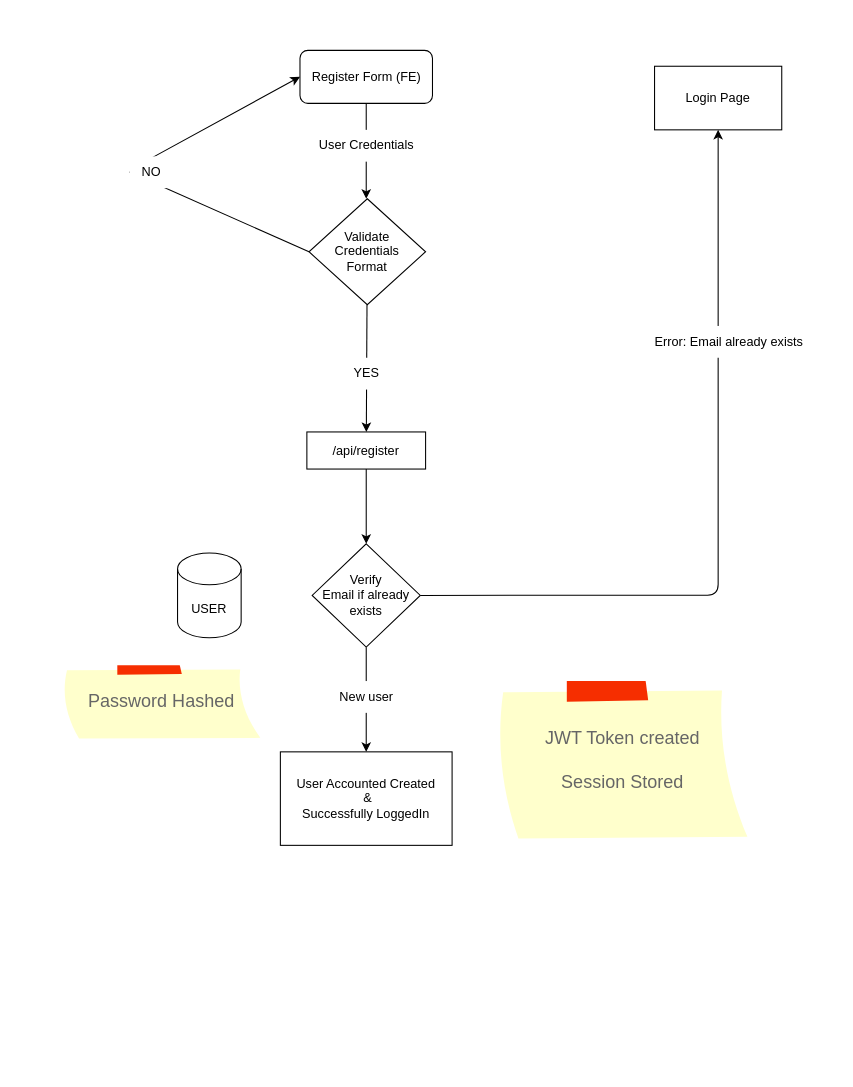
Command-Compass/Development-Documentation keeps this draw.io diagram as design/flow-diagrams/register-page-backend.drawio. Above is the earlier version. Source tidied: cells renumbered, new cells numbered last; positions are measured from the earlier drawing's top-left corner, leaving out a move shared by most shapes. Both pictures are drawn from the tidied source at 106%, with x=0, y=0 at pixel (60, 50).
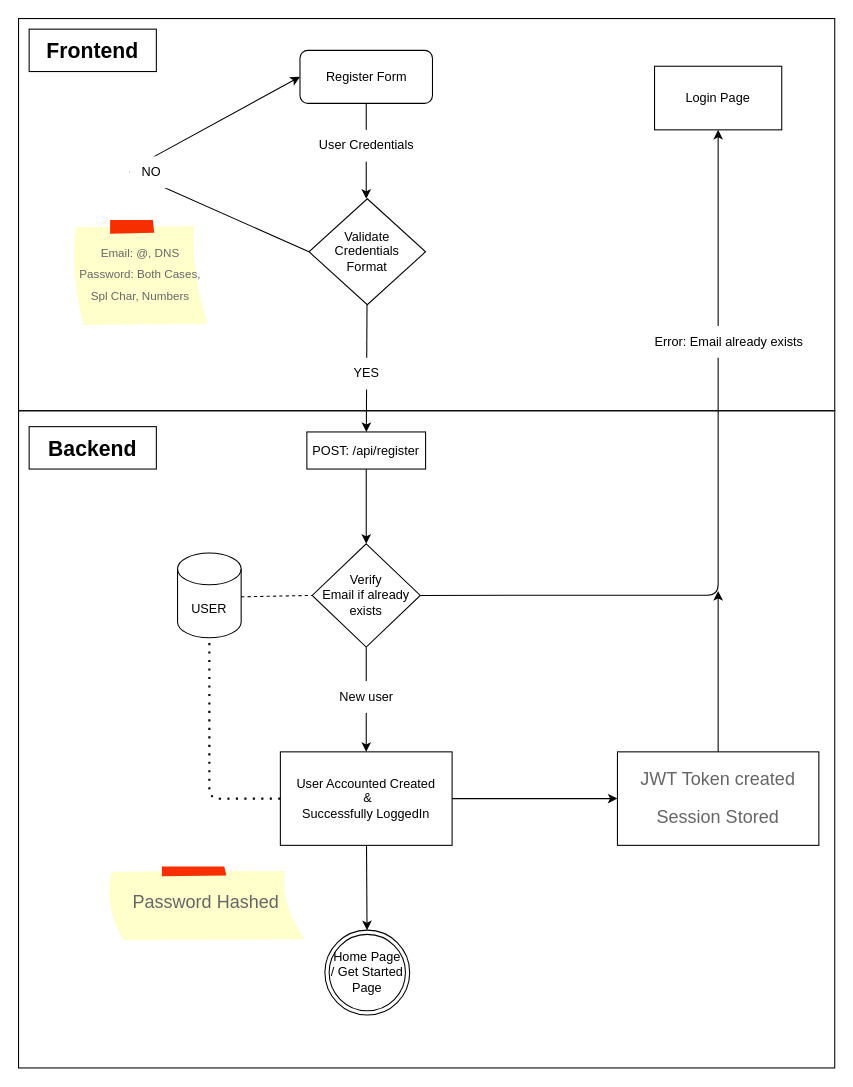
The same page after the edit.

Commit message (it also covers changes not shown here):
Updated backend designs

Unchanged cells that the change refers to:
```xml
<mxCell id="15" value="Verify&lt;br&gt;Email if already exists" style="rhombus;whiteSpace=wrap;html=1;" parent="1" vertex="1">
  <mxGeometry x="237" y="465.5" width="102" height="97.5" as="geometry" />
</mxCell>
<mxCell id="16" value="USER" style="shape=cylinder3;whiteSpace=wrap;html=1;boundedLbl=1;backgroundOutline=1;size=15;fontSize=12;fillColor=default;" parent="1" vertex="1">
  <mxGeometry x="110" y="474.2" width="60" height="80" as="geometry" />
</mxCell>
<mxCell id="18" value="User Accounted Created&lt;br&gt;&amp;nbsp;&amp;amp; &lt;br&gt;Successfully LoggedIn" style="whiteSpace=wrap;html=1;" parent="1" vertex="1">
  <mxGeometry x="207" y="661.8" width="162" height="88.2" as="geometry" />
</mxCell>
```

Change to the diagram source:
```diff
@@
+    <mxCell id="23" style="rounded=0;whiteSpace=wrap;html=1;fillColor=none;" parent="1" vertex="1">
+      <mxGeometry x="-40" y="340" width="770" height="620" as="geometry" />
+    </mxCell>
+    <mxCell id="24" style="rounded=0;whiteSpace=wrap;html=1;fillColor=none;" parent="1" vertex="1">
+      <mxGeometry x="-40" y="-30" width="770" height="370" as="geometry" />
+    </mxCell>
@@
-    <mxCell id="3" value="&lt;font style=&quot;font-size: 12px;&quot;&gt;Register Form (FE)&lt;/font&gt;" style="rounded=1;whiteSpace=wrap;html=1;" parent="1" vertex="1">
+    <mxCell id="3" value="&lt;font style=&quot;font-size: 12px;&quot;&gt;Register Form&lt;/font&gt;" style="rounded=1;whiteSpace=wrap;html=1;" parent="1" vertex="1">
       <mxGeometry x="225.5" width="125" height="50" as="geometry" />
     </mxCell>
@@
-    <mxCell id="11" value="/api/register" style="whiteSpace=wrap;html=1;" parent="1" vertex="1">
+    <mxCell id="11" value="POST: /api/register" style="whiteSpace=wrap;html=1;" parent="1" vertex="1">
       <mxGeometry x="232" y="360" width="112" height="35" as="geometry" />
     </mxCell>
@@
+    <mxCell id="25" style="edgeStyle=none;html=1;entryX=0;entryY=0.5;entryDx=0;entryDy=0;" parent="1" edge="1" source="18" target="20">
+      <mxGeometry relative="1" as="geometry" />
+    </mxCell>
+    <mxCell id="26" style="edgeStyle=none;html=1;" parent="1" edge="1" source="18" target="33">
+      <mxGeometry relative="1" as="geometry" />
+    </mxCell>
@@
-    <mxCell id="20" value="JWT Token created&lt;br&gt;&lt;br&gt;Session Stored" style="strokeWidth=1;shadow=0;dashed=0;align=center;html=1;shape=mxgraph.mockup.text.stickyNote2;fontColor=#666666;mainText=;fontSize=17;whiteSpace=wrap;fillColor=#ffffcc;strokeColor=#F62E00;" parent="1" vertex="1">
-      <mxGeometry x="410" y="595" width="240" height="150" as="geometry" />
-    </mxCell>
@@
     <mxCell id="22" value="Password Hashed" style="strokeWidth=1;shadow=0;dashed=0;align=center;html=1;shape=mxgraph.mockup.text.stickyNote2;fontColor=#666666;mainText=;fontSize=17;whiteSpace=wrap;fillColor=#ffffcc;strokeColor=#F62E00;" parent="1" vertex="1">
-      <mxGeometry y="580" width="190" height="70" as="geometry" />
+      <mxGeometry x="42" y="770" width="190" height="70" as="geometry" />
     </mxCell>
+    <mxCell id="27" style="endArrow=none;dashed=1;html=1;entryX=0;entryY=0.5;entryDx=0;entryDy=0;" parent="1" edge="1" target="15">
+      <mxGeometry relative="1" as="geometry">
+        <mxPoint x="170" y="515.5" as="sourcePoint" />
+      </mxGeometry>
+    </mxCell>
+    <mxCell id="28" style="edgeStyle=none;html=1;" parent="1" edge="1" source="20">
+      <mxGeometry relative="1" as="geometry">
+        <mxPoint x="620" y="510" as="targetPoint" />
+      </mxGeometry>
+    </mxCell>
+    <mxCell id="20" value="&lt;span style=&quot;color: rgb(102, 102, 102); font-size: 17px;&quot;&gt;JWT Token created&lt;/span&gt;&lt;br style=&quot;border-color: var(--border-color); color: rgb(102, 102, 102); font-size: 17px;&quot;&gt;&lt;br style=&quot;border-color: var(--border-color); color: rgb(102, 102, 102); font-size: 17px;&quot;&gt;&lt;span style=&quot;color: rgb(102, 102, 102); font-size: 17px;&quot;&gt;Session Stored&lt;/span&gt;" style="rounded=0;whiteSpace=wrap;html=1;" parent="1" vertex="1">
+      <mxGeometry x="525" y="661.8" width="190" height="88.2" as="geometry" />
+    </mxCell>
+    <mxCell id="29" style="endArrow=none;dashed=1;html=1;dashPattern=1 3;strokeWidth=2;entryX=0.5;entryY=1;entryDx=0;entryDy=0;entryPerimeter=0;exitX=0;exitY=0.5;exitDx=0;exitDy=0;" parent="1" edge="1" source="18" target="16">
+      <mxGeometry relative="1" as="geometry">
+        <Array as="points">
+          <mxPoint x="140" y="706" />
+        </Array>
+      </mxGeometry>
+    </mxCell>
+    <mxCell id="30" value="&lt;font style=&quot;font-size: 20px;&quot;&gt;&lt;b&gt;Frontend&lt;/b&gt;&lt;/font&gt;" style="rounded=0;whiteSpace=wrap;html=1;fillColor=none;" parent="1" vertex="1">
+      <mxGeometry x="-30" y="-20" width="120" height="40" as="geometry" />
+    </mxCell>
+    <mxCell id="31" value="&lt;span style=&quot;font-size: 20px;&quot;&gt;&lt;b&gt;Backend&lt;/b&gt;&lt;/span&gt;" style="rounded=0;whiteSpace=wrap;html=1;fillColor=none;" parent="1" vertex="1">
+      <mxGeometry x="-30" y="355" width="120" height="40" as="geometry" />
+    </mxCell>
+    <mxCell id="32" value="&lt;font style=&quot;font-size: 11px;&quot;&gt;Email: @, DNS&lt;br&gt;Password: Both Cases, Spl Char, Numbers&lt;/font&gt;" style="strokeWidth=1;shadow=0;dashed=0;align=center;html=1;shape=mxgraph.mockup.text.stickyNote2;fontColor=#666666;mainText=;fontSize=17;whiteSpace=wrap;fillColor=#ffffcc;strokeColor=#F62E00;" parent="1" vertex="1">
+      <mxGeometry x="10" y="160" width="130" height="100" as="geometry" />
+    </mxCell>
+    <mxCell id="33" value="Home Page / Get Started Page" style="ellipse;shape=doubleEllipse;whiteSpace=wrap;html=1;" parent="1" vertex="1">
+      <mxGeometry x="249" y="830" width="80" height="80" as="geometry" />
+    </mxCell>
```
